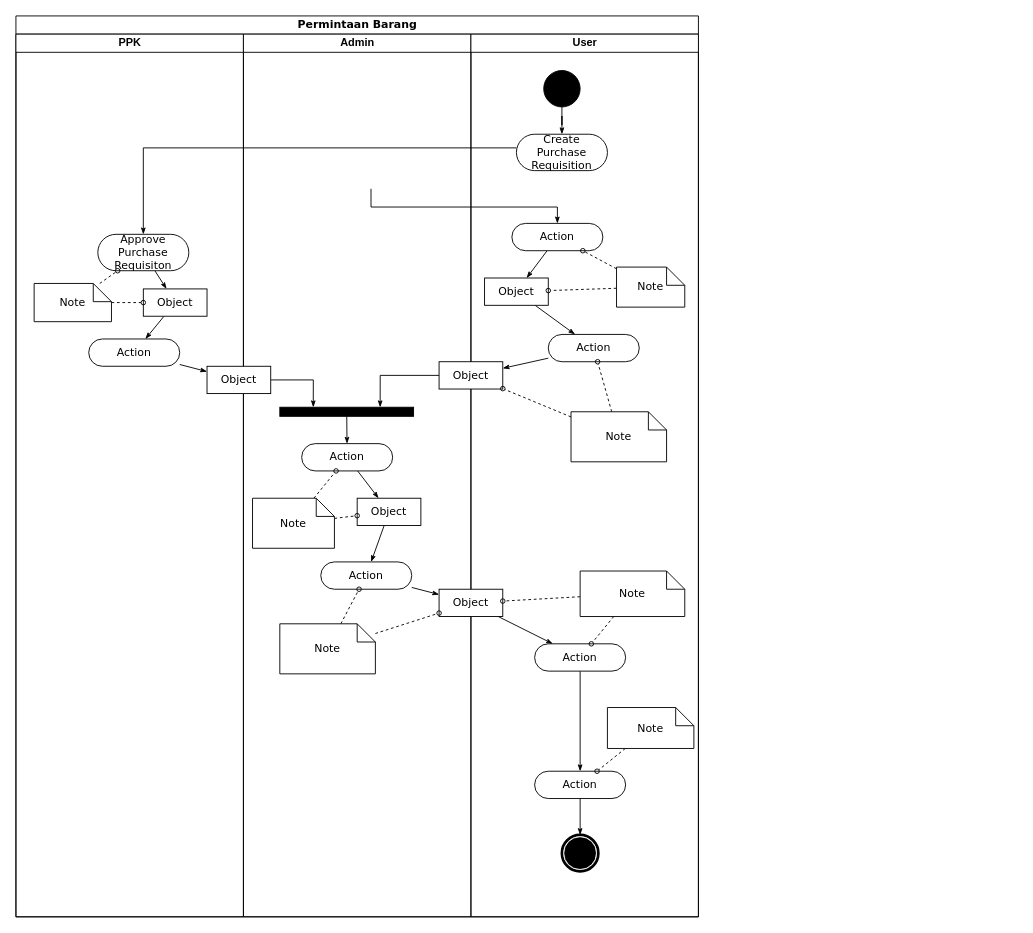
This is 20210727 Activity Diagram AKAProc.drawio from ardianozi18/berkibar, a draw.io file, before an edit. Source tidied: cells renumbered, new cells numbered last; positions are measured from the earlier drawing's top-left corner, leaving out a move shared by most shapes. Both pictures are drawn from the tidied source at 91%, with x=0, y=0 at pixel (15, 15).
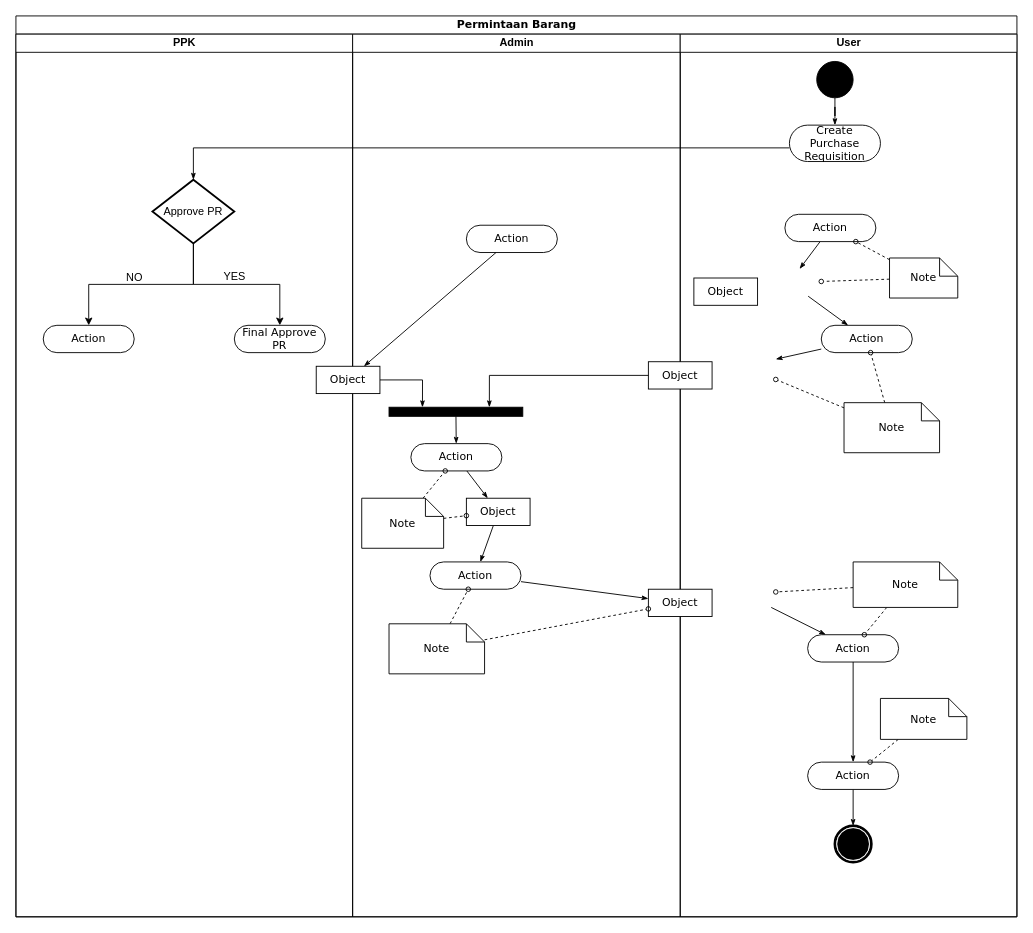
The same page after the edit.

Unchanged cells that the change refers to:
```xml
<mxCell id="18" value="Object" style="rounded=0;whiteSpace=wrap;html=1;shadow=0;comic=0;labelBackgroundColor=none;strokeWidth=1;fontFamily=Verdana;fontSize=12;align=center;arcSize=50;" parent="12" vertex="1">
  <mxGeometry x="-40" y="365" width="70" height="30" as="geometry" />
</mxCell>
<mxCell id="36" value="Object" style="rounded=0;whiteSpace=wrap;html=1;shadow=0;comic=0;labelBackgroundColor=none;strokeWidth=1;fontFamily=Verdana;fontSize=12;align=center;arcSize=50;" parent="27" vertex="1">
  <mxGeometry x="15" y="268" width="70" height="30" as="geometry" />
</mxCell>
<mxCell id="37" value="Object" style="rounded=0;whiteSpace=wrap;html=1;shadow=0;comic=0;labelBackgroundColor=none;strokeWidth=1;fontFamily=Verdana;fontSize=12;align=center;arcSize=50;" parent="27" vertex="1">
  <mxGeometry x="-35" y="360" width="70" height="30" as="geometry" />
</mxCell>
<mxCell id="39" value="Object" style="rounded=0;whiteSpace=wrap;html=1;shadow=0;comic=0;labelBackgroundColor=none;strokeWidth=1;fontFamily=Verdana;fontSize=12;align=center;arcSize=50;" parent="27" vertex="1">
  <mxGeometry x="-35" y="610" width="70" height="30" as="geometry" />
</mxCell>
```

Diff of the diagram source:
```diff
@@
     <mxCell id="2" value="Permintaan Barang" style="swimlane;html=1;startSize=20;rounded=0;shadow=0;comic=0;labelBackgroundColor=none;strokeWidth=1;fontFamily=Verdana;fontSize=12;align=center;" parent="1" vertex="1">
-      <mxGeometry width="750" height="990" as="geometry" />
+      <mxGeometry width="1100" height="990" as="geometry" />
     </mxCell>
     <mxCell id="3" value="PPK" style="swimlane;html=1;startSize=20;" parent="2" vertex="1">
-      <mxGeometry y="20" width="250" height="970" as="geometry" />
+      <mxGeometry y="20" width="370" height="970" as="geometry" />
     </mxCell>
-    <mxCell id="4" style="edgeStyle=none;rounded=0;html=1;labelBackgroundColor=none;startArrow=none;startFill=0;startSize=5;endArrow=classicThin;endFill=1;endSize=5;jettySize=auto;strokeWidth=1;fontFamily=Verdana;fontSize=12;" parent="3" edge="1" source="5" target="8">
-      <mxGeometry relative="1" as="geometry" />
-    </mxCell>
-    <mxCell id="5" value="Approve Purchase Requisiton" style="rounded=1;whiteSpace=wrap;html=1;shadow=0;comic=0;labelBackgroundColor=none;strokeWidth=1;fontFamily=Verdana;fontSize=12;align=center;arcSize=50;" parent="3" vertex="1">
-      <mxGeometry x="90" y="220" width="100" height="40" as="geometry" />
-    </mxCell>
-    <mxCell id="6" value="Action" style="rounded=1;whiteSpace=wrap;html=1;shadow=0;comic=0;labelBackgroundColor=none;strokeWidth=1;fontFamily=Verdana;fontSize=12;align=center;arcSize=50;" parent="3" vertex="1">
-      <mxGeometry x="80" y="335" width="100" height="30" as="geometry" />
-    </mxCell>
-    <mxCell id="7" style="edgeStyle=none;rounded=0;html=1;labelBackgroundColor=none;startArrow=none;startFill=0;startSize=5;endArrow=classicThin;endFill=1;endSize=5;jettySize=auto;strokeWidth=1;fontFamily=Verdana;fontSize=12;" parent="3" edge="1" source="8" target="6">
-      <mxGeometry relative="1" as="geometry" />
-    </mxCell>
-    <mxCell id="8" value="Object" style="rounded=0;whiteSpace=wrap;html=1;shadow=0;comic=0;labelBackgroundColor=none;strokeWidth=1;fontFamily=Verdana;fontSize=12;align=center;arcSize=50;" parent="3" vertex="1">
-      <mxGeometry x="140" y="280" width="70" height="30" as="geometry" />
-    </mxCell>
-    <mxCell id="9" style="edgeStyle=none;rounded=0;html=1;labelBackgroundColor=none;startArrow=none;startFill=0;startSize=5;endArrow=oval;endFill=0;endSize=5;jettySize=auto;strokeWidth=1;fontFamily=Verdana;fontSize=12;dashed=1;" parent="3" edge="1" source="11" target="5">
-      <mxGeometry relative="1" as="geometry" />
-    </mxCell>
-    <mxCell id="10" style="edgeStyle=none;rounded=0;html=1;dashed=1;labelBackgroundColor=none;startArrow=none;startFill=0;startSize=5;endArrow=oval;endFill=0;endSize=5;jettySize=auto;strokeWidth=1;fontFamily=Verdana;fontSize=12;" parent="3" edge="1" source="11" target="8">
-      <mxGeometry relative="1" as="geometry" />
-    </mxCell>
-    <mxCell id="11" value="Note" style="shape=note;whiteSpace=wrap;html=1;rounded=0;shadow=0;comic=0;labelBackgroundColor=none;strokeWidth=1;fontFamily=Verdana;fontSize=12;align=center;size=20;" parent="3" vertex="1">
-      <mxGeometry x="20" y="274" width="85" height="42" as="geometry" />
-    </mxCell>
+    <mxCell id="62" style="edgeStyle=orthogonalEdgeStyle;rounded=0;jettySize=auto;html=1;exitX=0.5;exitY=1;exitDx=0;exitDy=0;exitPerimeter=0;entryX=0.5;entryY=0;entryDx=0;entryDy=0;" parent="3" edge="1" source="64" target="66">
+      <mxGeometry relative="1" as="geometry" />
+    </mxCell>
+    <mxCell id="63" style="edgeStyle=orthogonalEdgeStyle;rounded=0;jettySize=auto;html=1;exitX=0.5;exitY=1;exitDx=0;exitDy=0;exitPerimeter=0;entryX=0.5;entryY=0;entryDx=0;entryDy=0;" parent="3" edge="1" source="64" target="65">
+      <mxGeometry relative="1" as="geometry" />
+    </mxCell>
+    <mxCell id="64" value="Approve PR" style="strokeWidth=2;html=1;shape=mxgraph.flowchart.decision;whiteSpace=wrap;" parent="3" vertex="1">
+      <mxGeometry x="150" y="160" width="90" height="70" as="geometry" />
+    </mxCell>
+    <mxCell id="65" value="Action" style="rounded=1;whiteSpace=wrap;html=1;shadow=0;comic=0;labelBackgroundColor=none;strokeWidth=1;fontFamily=Verdana;fontSize=12;align=center;arcSize=50;" parent="3" vertex="1">
+      <mxGeometry x="30" y="320" width="100" height="30" as="geometry" />
+    </mxCell>
+    <mxCell id="66" value="Final Approve PR" style="rounded=1;whiteSpace=wrap;html=1;shadow=0;comic=0;labelBackgroundColor=none;strokeWidth=1;fontFamily=Verdana;fontSize=12;align=center;arcSize=50;" parent="3" vertex="1">
+      <mxGeometry x="240" y="320" width="100" height="30" as="geometry" />
+    </mxCell>
+    <mxCell id="67" value="YES" style="text;html=1;align=center;verticalAlign=middle;strokeColor=none;" parent="3" vertex="1">
+      <mxGeometry x="220" y="257" width="40" height="20" as="geometry" />
+    </mxCell>
     <mxCell id="12" value="Admin" style="swimlane;html=1;startSize=20;" parent="2" vertex="1">
-      <mxGeometry x="250" y="20" width="250" height="970" as="geometry" />
+      <mxGeometry x="370" y="20" width="360" height="970" as="geometry" />
     </mxCell>
@@
+    <mxCell id="6" value="Action" style="rounded=1;whiteSpace=wrap;html=1;shadow=0;comic=0;labelBackgroundColor=none;strokeWidth=1;fontFamily=Verdana;fontSize=12;align=center;arcSize=50;" parent="12" vertex="1">
+      <mxGeometry x="125" y="210" width="100" height="30" as="geometry" />
+    </mxCell>
+    <mxCell id="59" style="edgeStyle=none;rounded=0;html=1;labelBackgroundColor=none;startArrow=none;startFill=0;startSize=5;endArrow=classicThin;endFill=1;endSize=5;jettySize=auto;strokeWidth=1;fontFamily=Verdana;fontSize=12;" parent="12" edge="1" source="6" target="18">
+      <mxGeometry relative="1" as="geometry" />
+    </mxCell>
     <mxCell id="27" value="User" style="swimlane;html=1;startSize=20;" parent="2" vertex="1">
-      <mxGeometry x="500" y="20" width="250" height="970" as="geometry" />
+      <mxGeometry x="730" y="20" width="370" height="970" as="geometry" />
     </mxCell>
@@
     <mxCell id="29" style="ellipse;whiteSpace=wrap;html=1;rounded=0;shadow=0;comic=0;labelBackgroundColor=none;strokeWidth=1;fillColor=#000000;fontFamily=Verdana;fontSize=12;align=center;" parent="27" vertex="1">
-      <mxGeometry x="80" y="40" width="40" height="40" as="geometry" />
+      <mxGeometry x="150" y="30" width="40" height="40" as="geometry" />
     </mxCell>
     <mxCell id="30" value="Create Purchase Requisition" style="rounded=1;whiteSpace=wrap;html=1;shadow=0;comic=0;labelBackgroundColor=none;strokeWidth=1;fontFamily=Verdana;fontSize=12;align=center;arcSize=50;" parent="27" vertex="1">
-      <mxGeometry x="50" y="110" width="100" height="40" as="geometry" />
+      <mxGeometry x="120" y="100" width="100" height="40" as="geometry" />
     </mxCell>
-    <mxCell id="31" style="rounded=0;html=1;labelBackgroundColor=none;startArrow=none;startFill=0;startSize=5;endArrow=classicThin;endFill=1;endSize=5;jettySize=auto;strokeWidth=1;fontFamily=Verdana;fontSize=12;" parent="27" edge="1" source="32" target="36">
-      <mxGeometry relative="1" as="geometry" />
+    <mxCell id="31" style="rounded=0;html=1;labelBackgroundColor=none;startArrow=none;startFill=0;startSize=5;endArrow=classicThin;endFill=1;endSize=5;jettySize=auto;strokeWidth=1;fontFamily=Verdana;fontSize=12;" parent="27" edge="1" source="32">
+      <mxGeometry relative="1" as="geometry">
+        <mxPoint x="131.2" y="258" as="targetPoint" />
+      </mxGeometry>
     </mxCell>
     <mxCell id="32" value="Action" style="rounded=1;whiteSpace=wrap;html=1;shadow=0;comic=0;labelBackgroundColor=none;strokeWidth=1;fontFamily=Verdana;fontSize=12;align=center;arcSize=50;" parent="27" vertex="1">
-      <mxGeometry x="45" y="208" width="100" height="30" as="geometry" />
+      <mxGeometry x="115" y="198" width="100" height="30" as="geometry" />
     </mxCell>
-    <mxCell id="33" style="edgeStyle=none;rounded=0;html=1;labelBackgroundColor=none;startArrow=none;startFill=0;startSize=5;endArrow=classicThin;endFill=1;endSize=5;jettySize=auto;strokeWidth=1;fontFamily=Verdana;fontSize=12;" parent="27" edge="1" source="34" target="37">
-      <mxGeometry relative="1" as="geometry" />
+    <mxCell id="33" style="edgeStyle=none;rounded=0;html=1;labelBackgroundColor=none;startArrow=none;startFill=0;startSize=5;endArrow=classicThin;endFill=1;endSize=5;jettySize=auto;strokeWidth=1;fontFamily=Verdana;fontSize=12;" parent="27" edge="1" source="34">
+      <mxGeometry relative="1" as="geometry">
+        <mxPoint x="105" y="357.2" as="targetPoint" />
+      </mxGeometry>
     </mxCell>
     <mxCell id="34" value="Action" style="rounded=1;whiteSpace=wrap;html=1;shadow=0;comic=0;labelBackgroundColor=none;strokeWidth=1;fontFamily=Verdana;fontSize=12;align=center;arcSize=50;" parent="27" vertex="1">
-      <mxGeometry x="85" y="330" width="100" height="30" as="geometry" />
+      <mxGeometry x="155" y="320" width="100" height="30" as="geometry" />
     </mxCell>
-    <mxCell id="35" style="edgeStyle=none;rounded=0;html=1;labelBackgroundColor=none;startArrow=none;startFill=0;startSize=5;endArrow=classicThin;endFill=1;endSize=5;jettySize=auto;strokeWidth=1;fontFamily=Verdana;fontSize=12;" parent="27" edge="1" source="36" target="34">
-      <mxGeometry relative="1" as="geometry" />
+    <mxCell id="35" style="edgeStyle=none;rounded=0;html=1;labelBackgroundColor=none;startArrow=none;startFill=0;startSize=5;endArrow=classicThin;endFill=1;endSize=5;jettySize=auto;strokeWidth=1;fontFamily=Verdana;fontSize=12;" parent="27" edge="1" target="34">
+      <mxGeometry relative="1" as="geometry">
+        <mxPoint x="140.6" y="288" as="sourcePoint" />
+      </mxGeometry>
     </mxCell>
@@
-    <mxCell id="38" style="edgeStyle=none;rounded=0;html=1;labelBackgroundColor=none;startArrow=none;startFill=0;startSize=5;endArrow=classicThin;endFill=1;endSize=5;jettySize=auto;strokeWidth=1;fontFamily=Verdana;fontSize=12;" parent="27" edge="1" source="39" target="41">
-      <mxGeometry relative="1" as="geometry" />
+    <mxCell id="38" style="edgeStyle=none;rounded=0;html=1;labelBackgroundColor=none;startArrow=none;startFill=0;startSize=5;endArrow=classicThin;endFill=1;endSize=5;jettySize=auto;strokeWidth=1;fontFamily=Verdana;fontSize=12;" parent="27" edge="1" target="41">
+      <mxGeometry relative="1" as="geometry">
+        <mxPoint x="100" y="630" as="sourcePoint" />
+      </mxGeometry>
     </mxCell>
@@
     <mxCell id="41" value="Action" style="rounded=1;whiteSpace=wrap;html=1;shadow=0;comic=0;labelBackgroundColor=none;strokeWidth=1;fontFamily=Verdana;fontSize=12;align=center;arcSize=50;" parent="27" vertex="1">
-      <mxGeometry x="70" y="670" width="100" height="30" as="geometry" />
+      <mxGeometry x="140" y="660" width="100" height="30" as="geometry" />
     </mxCell>
@@
     <mxCell id="43" value="Action" style="rounded=1;whiteSpace=wrap;html=1;shadow=0;comic=0;labelBackgroundColor=none;strokeWidth=1;fontFamily=Verdana;fontSize=12;align=center;arcSize=50;" parent="27" vertex="1">
-      <mxGeometry x="70" y="810" width="100" height="30" as="geometry" />
+      <mxGeometry x="140" y="800" width="100" height="30" as="geometry" />
     </mxCell>
     <mxCell id="44" style="shape=mxgraph.bpmn.shape;html=1;verticalLabelPosition=bottom;labelBackgroundColor=#ffffff;verticalAlign=top;perimeter=ellipsePerimeter;outline=end;symbol=terminate;rounded=0;shadow=0;comic=0;strokeWidth=1;fontFamily=Verdana;fontSize=12;align=center;" parent="27" vertex="1">
-      <mxGeometry x="100" y="880" width="40" height="40" as="geometry" />
+      <mxGeometry x="170" y="870" width="40" height="40" as="geometry" />
     </mxCell>
@@
-    <mxCell id="46" style="edgeStyle=none;rounded=0;html=1;dashed=1;labelBackgroundColor=none;startArrow=none;startFill=0;startSize=5;endArrow=oval;endFill=0;endSize=5;jettySize=auto;strokeWidth=1;fontFamily=Verdana;fontSize=12;" parent="27" edge="1" source="47" target="36">
-      <mxGeometry relative="1" as="geometry" />
+    <mxCell id="46" style="edgeStyle=none;rounded=0;html=1;dashed=1;labelBackgroundColor=none;startArrow=none;startFill=0;startSize=5;endArrow=oval;endFill=0;endSize=5;jettySize=auto;strokeWidth=1;fontFamily=Verdana;fontSize=12;" parent="27" edge="1" source="47">
+      <mxGeometry relative="1" as="geometry">
+        <mxPoint x="155" y="271.8" as="targetPoint" />
+      </mxGeometry>
     </mxCell>
     <mxCell id="47" value="Note" style="shape=note;whiteSpace=wrap;html=1;rounded=0;shadow=0;comic=0;labelBackgroundColor=none;strokeWidth=1;fontFamily=Verdana;fontSize=12;align=center;size=20;" parent="27" vertex="1">
-      <mxGeometry x="160" y="256" width="75" height="44" as="geometry" />
+      <mxGeometry x="230" y="246" width="75" height="44" as="geometry" />
     </mxCell>
@@
-    <mxCell id="49" style="edgeStyle=none;rounded=0;html=1;dashed=1;labelBackgroundColor=none;startArrow=none;startFill=0;startSize=5;endArrow=oval;endFill=0;endSize=5;jettySize=auto;strokeWidth=1;fontFamily=Verdana;fontSize=12;" parent="27" edge="1" source="50" target="37">
-      <mxGeometry relative="1" as="geometry" />
+    <mxCell id="49" style="edgeStyle=none;rounded=0;html=1;dashed=1;labelBackgroundColor=none;startArrow=none;startFill=0;startSize=5;endArrow=oval;endFill=0;endSize=5;jettySize=auto;strokeWidth=1;fontFamily=Verdana;fontSize=12;" parent="27" edge="1" source="50">
+      <mxGeometry relative="1" as="geometry">
+        <mxPoint x="105" y="379.5" as="targetPoint" />
+      </mxGeometry>
     </mxCell>
     <mxCell id="50" value="Note" style="shape=note;whiteSpace=wrap;html=1;rounded=0;shadow=0;comic=0;labelBackgroundColor=none;strokeWidth=1;fontFamily=Verdana;fontSize=12;align=center;size=20;" parent="27" vertex="1">
-      <mxGeometry x="110" y="415" width="105" height="55" as="geometry" />
+      <mxGeometry x="180" y="405" width="105" height="55" as="geometry" />
     </mxCell>
@@
-    <mxCell id="52" style="edgeStyle=none;rounded=0;html=1;dashed=1;labelBackgroundColor=none;startArrow=none;startFill=0;startSize=5;endArrow=oval;endFill=0;endSize=5;jettySize=auto;strokeWidth=1;fontFamily=Verdana;fontSize=12;" parent="27" edge="1" source="53" target="39">
-      <mxGeometry relative="1" as="geometry" />
+    <mxCell id="52" style="edgeStyle=none;rounded=0;html=1;dashed=1;labelBackgroundColor=none;startArrow=none;startFill=0;startSize=5;endArrow=oval;endFill=0;endSize=5;jettySize=auto;strokeWidth=1;fontFamily=Verdana;fontSize=12;" parent="27" edge="1" source="53">
+      <mxGeometry relative="1" as="geometry">
+        <mxPoint x="105" y="613" as="targetPoint" />
+      </mxGeometry>
     </mxCell>
     <mxCell id="53" value="Note" style="shape=note;whiteSpace=wrap;html=1;rounded=0;shadow=0;comic=0;labelBackgroundColor=none;strokeWidth=1;fontFamily=Verdana;fontSize=12;align=center;size=20;" parent="27" vertex="1">
-      <mxGeometry x="120" y="590" width="115" height="50" as="geometry" />
+      <mxGeometry x="190" y="580" width="115" height="50" as="geometry" />
     </mxCell>
@@
     <mxCell id="55" value="Note" style="shape=note;whiteSpace=wrap;html=1;rounded=0;shadow=0;comic=0;labelBackgroundColor=none;strokeWidth=1;fontFamily=Verdana;fontSize=12;align=center;size=20;" parent="27" vertex="1">
-      <mxGeometry x="150" y="740" width="95" height="45" as="geometry" />
+      <mxGeometry x="220" y="730" width="95" height="45" as="geometry" />
     </mxCell>
-    <mxCell id="56" style="edgeStyle=orthogonalEdgeStyle;rounded=0;html=1;entryX=0.5;entryY=0;labelBackgroundColor=none;startArrow=none;startFill=0;startSize=5;endArrow=classicThin;endFill=1;endSize=5;jettySize=auto;strokeWidth=1;fontFamily=Verdana;fontSize=12;entryDx=0;entryDy=0;" parent="2" edge="1" source="30" target="5">
+    <mxCell id="56" style="edgeStyle=orthogonalEdgeStyle;rounded=0;html=1;entryX=0.5;entryY=0;labelBackgroundColor=none;startArrow=none;startFill=0;startSize=5;endArrow=classicThin;endFill=1;endSize=5;jettySize=auto;strokeWidth=1;fontFamily=Verdana;fontSize=12;entryDx=0;entryDy=0;entryPerimeter=0;" parent="2" edge="1" source="30" target="64">
       <mxGeometry relative="1" as="geometry">
         <Array as="points">
-          <mxPoint x="140" y="145" />
+          <mxPoint x="195" y="145" />
         </Array>
       </mxGeometry>
     </mxCell>
-    <mxCell id="57" style="edgeStyle=orthogonalEdgeStyle;rounded=0;html=1;exitX=0.75;exitY=1;labelBackgroundColor=none;startArrow=none;startFill=0;startSize=5;endArrow=classicThin;endFill=1;endSize=5;jettySize=auto;strokeWidth=1;fontFamily=Verdana;fontSize=12;" parent="2" edge="1" target="32">
-      <mxGeometry relative="1" as="geometry">
-        <mxPoint x="390.2" y="190" as="sourcePoint" />
-        <Array as="points">
-          <mxPoint x="390" y="210" />
-          <mxPoint x="595" y="210" />
-        </Array>
-      </mxGeometry>
-    </mxCell>
@@
-    <mxCell id="59" style="edgeStyle=none;rounded=0;html=1;labelBackgroundColor=none;startArrow=none;startFill=0;startSize=5;endArrow=classicThin;endFill=1;endSize=5;jettySize=auto;strokeWidth=1;fontFamily=Verdana;fontSize=12;" parent="2" edge="1" source="6" target="18">
-      <mxGeometry relative="1" as="geometry" />
-    </mxCell>
@@
+    <mxCell id="68" value="NO" style="text;html=1;align=center;verticalAlign=middle;strokeColor=none;" parent="1" vertex="1">
+      <mxGeometry x="115" y="278" width="30" height="20" as="geometry" />
+    </mxCell>
```
